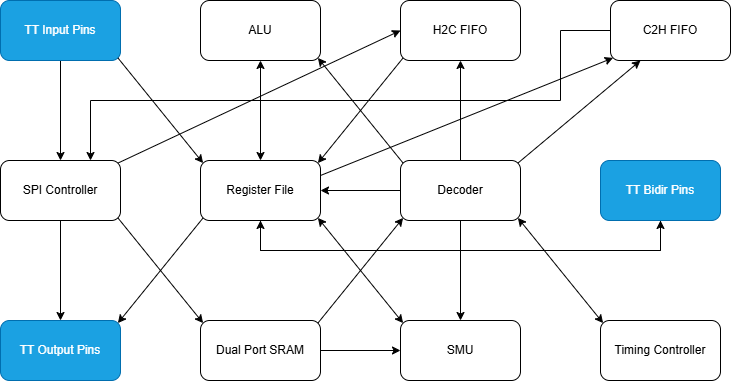
Earlier version of the draw.io export docs/asic_block_diagram.png (motabablu/tt-pio-core). Source tidied: cells renumbered, new cells last; positions are measured from the earlier drawing's top-left corner, leaving out a move shared by most shapes.
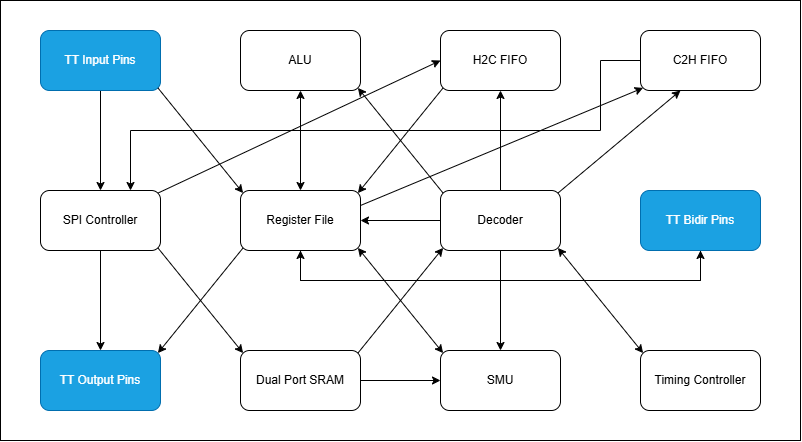
The same diagram one commit later.

Commit message:
Trying to fix background

The edit, as a diff of the source:
```diff
@@ -1,7 +1,10 @@
-<mxGraphModel background="light-dark(#ffffff, #121212)">
+<mxGraphModel>
   <root>
     <mxCell id="0" />
     <mxCell id="1" parent="0" />
+    <mxCell id="35" style="rounded=0;whiteSpace=wrap;html=1;fillColor=light-dark(#FFFFFF,#5B5B5B);" parent="1" vertex="1">
+      <mxGeometry x="-40" y="-30" width="800" height="440" as="geometry" />
+    </mxCell>
     <mxCell id="2" style="edgeStyle=orthogonalEdgeStyle;rounded=0;jettySize=auto;html=1;entryX=0;entryY=0.5;entryDx=0;entryDy=0;defaultLabelBackgroundColor=page;" parent="1" edge="1" source="3" target="17">
       <mxGeometry relative="1" as="geometry" />
     </mxCell>
@@ -21,7 +24,7 @@
       </mxGeometry>
     </mxCell>
     <mxCell id="6" value="C2H FIFO" style="rounded=1;whiteSpace=wrap;html=1;roundedPerimeter=1;" parent="1" vertex="1">
-      <mxGeometry x="610" width="120" height="60" as="geometry" />
+      <mxGeometry x="600" width="120" height="60" as="geometry" />
     </mxCell>
     <mxCell id="7" style="edgeStyle=orthogonalEdgeStyle;rounded=0;jettySize=auto;html=1;entryX=0.5;entryY=0;entryDx=0;entryDy=0;defaultLabelBackgroundColor=page;" parent="1" edge="1" source="8" target="22">
       <mxGeometry relative="1" as="geometry" />
```
